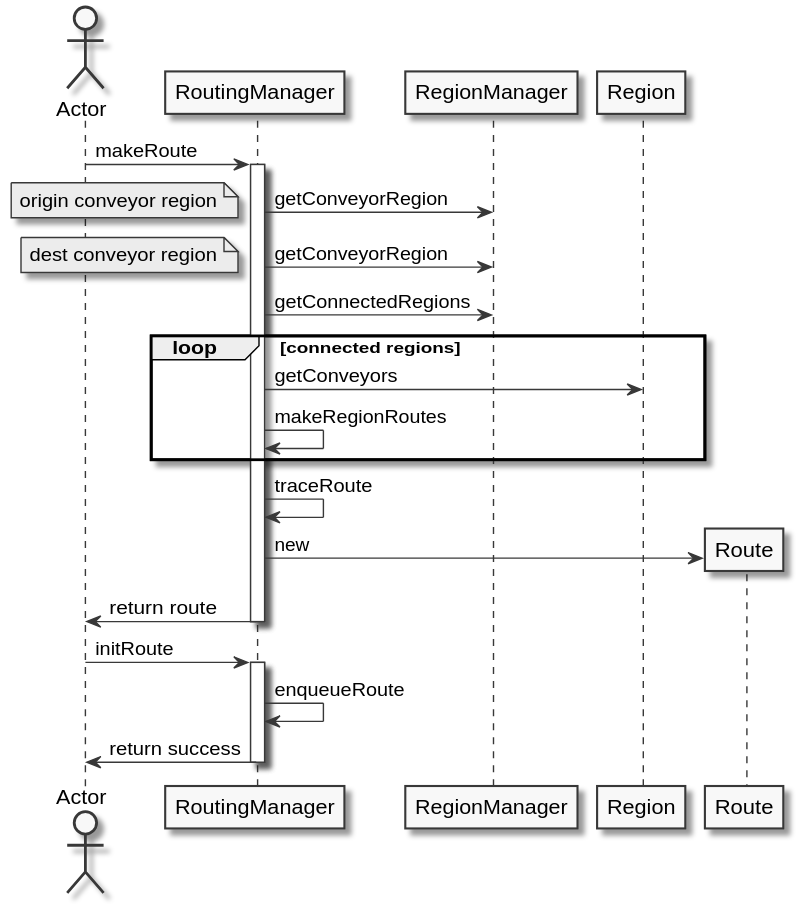
avrocha/plant-floor-control keeps this PlantUML diagram as docs/sequence_uml/routing_manager.svg. Above is the earlier version.
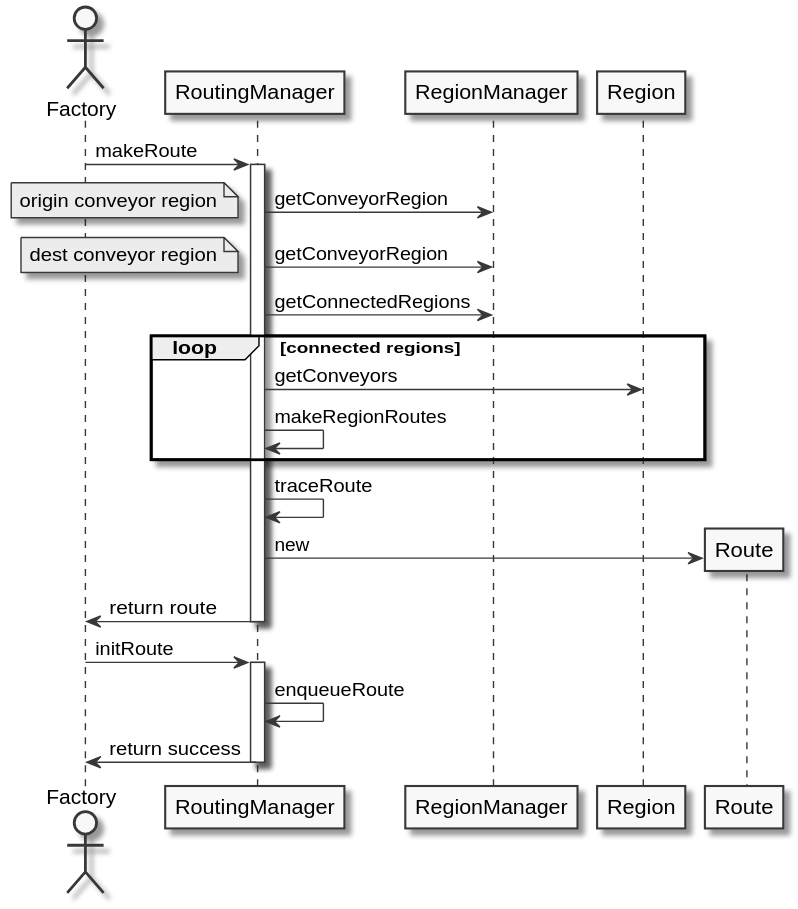
Above is the later version.

Diff of the diagram source:
```diff
@@ -3,9 +3,9 @@
 skinparam Monochrome true
 skinparam classAttributeIconSize 0
 
-actor Actor as Actor
+actor Factory as Factory
 
-Actor -> RoutingManager: makeRoute
+Factory -> RoutingManager: makeRoute
 activate RoutingManager
 
 RoutingManager -> RegionManager: getConveyorRegion
@@ -26,13 +26,13 @@
 create Route
 RoutingManager -> Route: new
 
-RoutingManager -> Actor: return route
+RoutingManager -> Factory: return route
 
 deactivate RoutingManager
 
-Actor -> RoutingManager: initRoute
+Factory -> RoutingManager: initRoute
 activate RoutingManager
 RoutingManager -> RoutingManager: enqueueRoute
-RoutingManager -> Actor: return success
+RoutingManager -> Factory: return success
 deactivate RoutingManager
 @enduml
```
